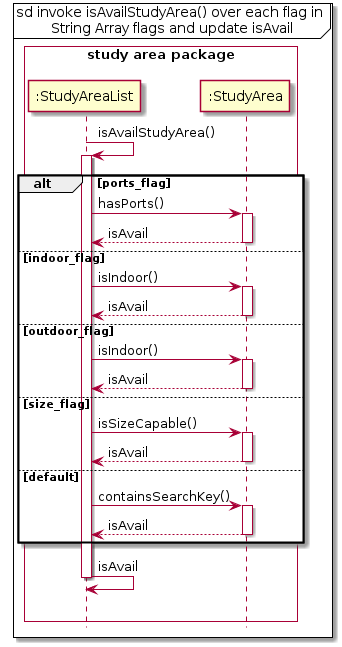
Earlier version of the PlantUML export docs/images/isAvailStudyArea.png (terrytay/tp).
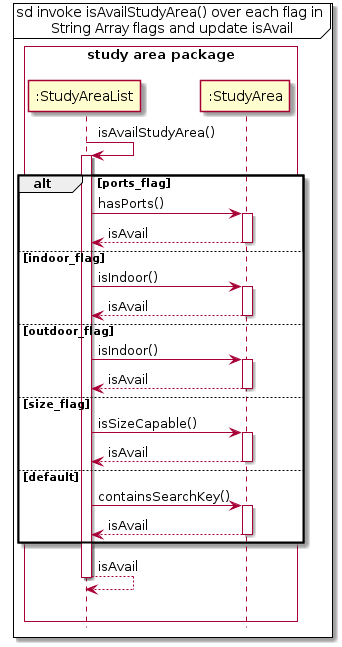
The same diagram one commit later.

Diff of the diagram source:
```diff
@@ -32,7 +32,7 @@
         StudyArea --> StudyAreaList : isAvail
         deactivate StudyArea
       end
-      StudyAreaList -> StudyAreaList: isAvail
+      StudyAreaList --> StudyAreaList: isAvail
 deactivate StudyAreaList
 |||
 hide footbox
```
